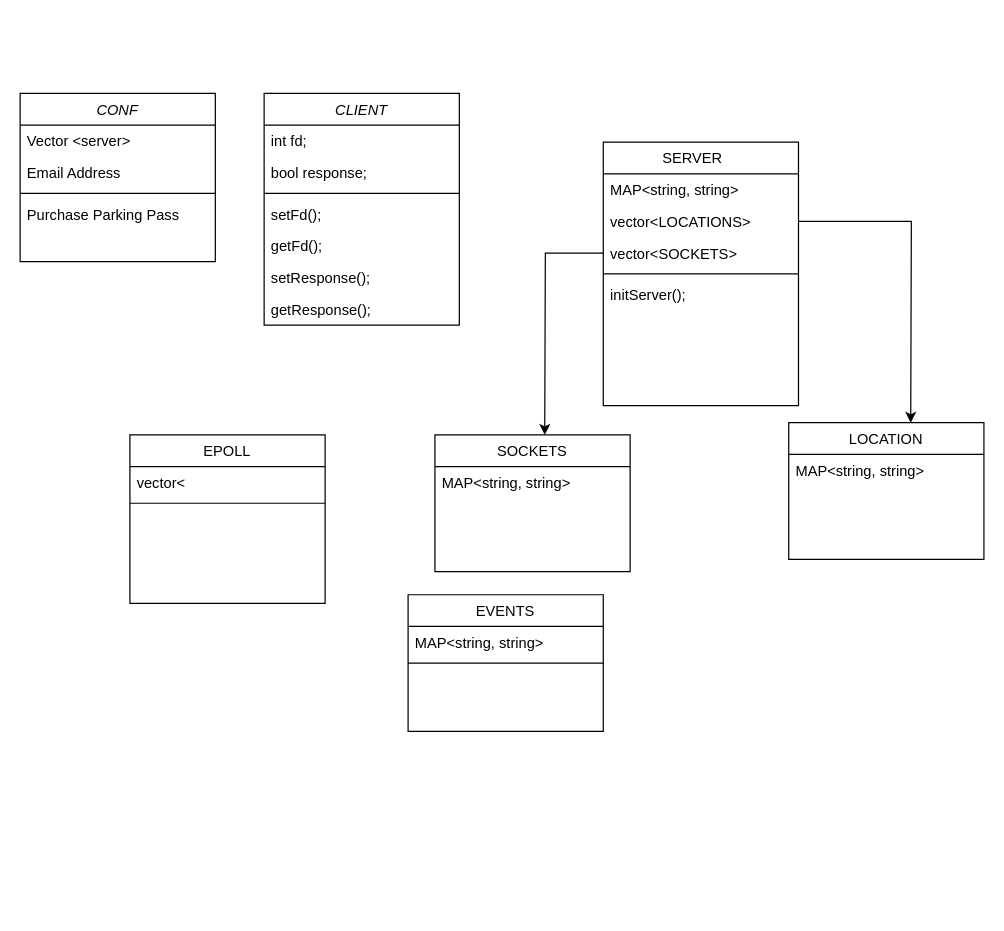
Earlier version of the draw.io diagram server/include/Diagrama sem nome.drawio (Andrefcampos/Web_Server_42sp). Source tidied: cells renumbered, new cells numbered last; positions are measured from the earlier drawing's top-left corner, leaving out a move shared by most shapes. Both pictures are drawn from the tidied source at 122%, with x=0, y=0 at pixel (20, 93).
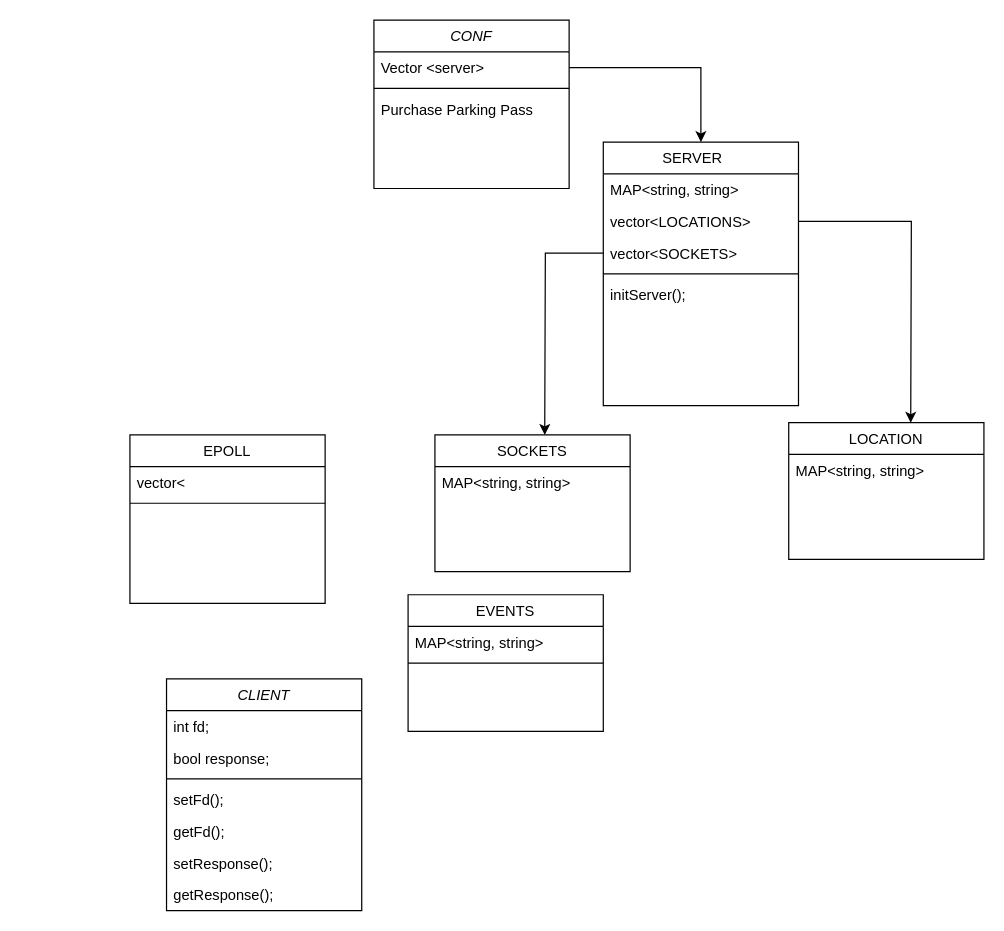
The same page after the edit.

The change refers to these unchanged cells:
```xml
<mxCell id="3" value="Vector &lt;server&gt;" style="text;align=left;verticalAlign=top;spacingLeft=4;spacingRight=4;overflow=hidden;points=[[0,0.5],[1,0.5]];portConstraint=eastwest;rounded=0;shadow=0;html=0;" parent="2" vertex="1">
  <mxGeometry y="26" width="160" height="26" as="geometry" />
</mxCell>
<mxCell id="12" value="SERVER    " style="swimlane;fontStyle=0;align=center;verticalAlign=top;horizontal=1;startSize=26;rounded=0;shadow=0;strokeWidth=1;" parent="1" vertex="1">
  <mxGeometry x="478" y="40" width="160" height="216" as="geometry" />
</mxCell>
```

The edit, as a diff of the source:
```diff
@@
     <mxCell id="2" value="CONF" style="swimlane;fontStyle=2;align=center;verticalAlign=top;horizontal=1;startSize=26;rounded=0;shadow=0;strokeWidth=1;" parent="1" vertex="1">
-      <mxGeometry width="160" height="138" as="geometry" />
+      <mxGeometry x="290" y="-60" width="160" height="138" as="geometry" />
     </mxCell>
@@
-    <mxCell id="4" value="Email Address" style="text;align=left;verticalAlign=top;spacingLeft=4;spacingRight=4;overflow=hidden;rounded=0;shadow=0;html=0;" parent="2" vertex="1">
-      <mxGeometry y="52" width="160" height="26" as="geometry" />
-    </mxCell>
     <mxCell id="5" style="line;html=1;strokeWidth=1;align=left;verticalAlign=middle;spacingTop=-1;spacingLeft=3;spacingRight=3;labelPosition=right;" parent="2" vertex="1">
-      <mxGeometry y="78" width="160" height="8" as="geometry" />
+      <mxGeometry y="52" width="160" height="8" as="geometry" />
     </mxCell>
     <mxCell id="6" value="Purchase Parking Pass" style="text;align=left;verticalAlign=top;spacingLeft=4;spacingRight=4;overflow=hidden;" parent="2" vertex="1">
-      <mxGeometry y="86" width="160" height="26" as="geometry" />
+      <mxGeometry y="60" width="160" height="26" as="geometry" />
     </mxCell>
@@
     <mxCell id="19" value="CLIENT" style="swimlane;fontStyle=2;align=center;verticalAlign=top;horizontal=1;startSize=26;rounded=0;shadow=0;strokeWidth=1;" parent="1" vertex="1">
-      <mxGeometry x="200" width="160" height="190" as="geometry" />
+      <mxGeometry x="120" y="480" width="160" height="190" as="geometry" />
     </mxCell>
@@
+    <mxCell id="33" style="edgeStyle=orthogonalEdgeStyle;rounded=0;jettySize=auto;html=1;exitX=1;exitY=0.5;exitDx=0;exitDy=0;entryX=0.5;entryY=0;entryDx=0;entryDy=0;" parent="1" edge="1" source="3" target="12">
+      <mxGeometry relative="1" as="geometry" />
+    </mxCell>
```
